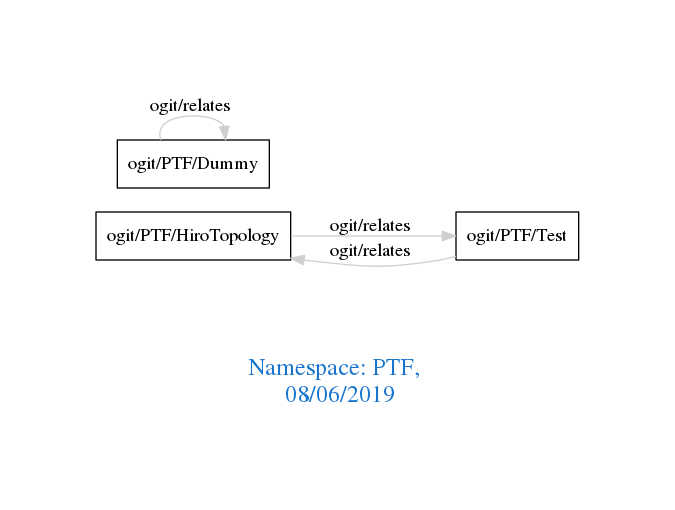
This is downloads/PTF.png from arago/OGIT, a Graphviz export, as it was before one commit. Its source is kept beside it as downloads/PTF.dot.
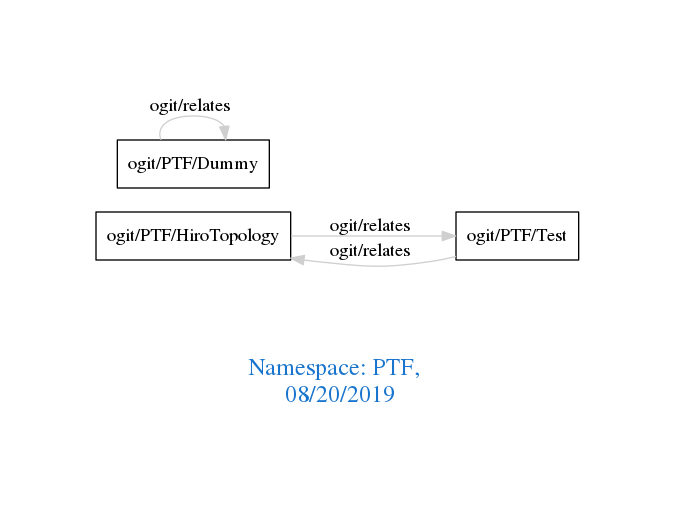
After the change.

The edit, as a diff of the source:
```diff
@@ -1,7 +1,7 @@
 digraph OGIT_ontology {
  graph [ rankdir= LR,pad=1
 fontsize = 18,
-fontcolor= dodgerblue3,label = "\n\n\nNamespace: PTF, \n 08/06/2019"];
+fontcolor= dodgerblue3,label = "\n\n\nNamespace: PTF, \n 08/20/2019"];
 node[shape=polygon];
 edge [  color="gray81"];
 
```
